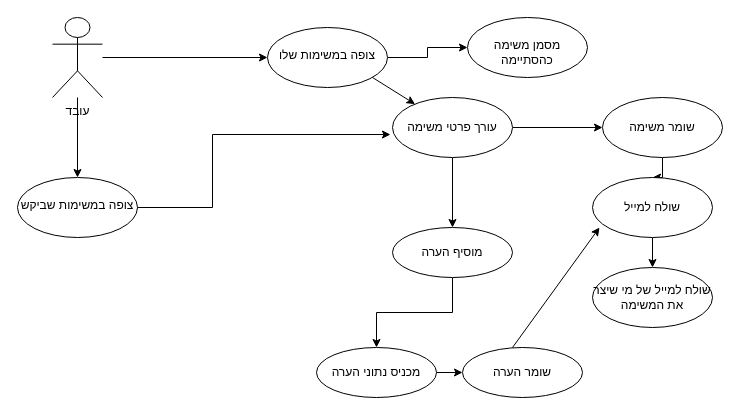
Before: Copy of Untitled Diagram.drawio in yehuditrubinstein/Full-Satck-Project, a draw.io diagram. Source tidied: cells renumbered, new cells numbered last; positions are measured from the earlier drawing's top-left corner, leaving out a move shared by most shapes. Both pictures are drawn from the tidied source at 100%, with x=0, y=0 at pixel (17, 17).
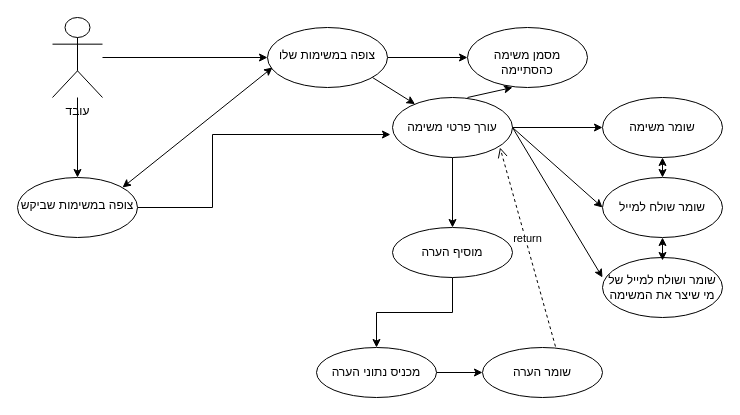
After the change.

The change refers to these unchanged cells:
```xml
<mxCell id="11" value="עורך פרטי משימה" style="ellipse;whiteSpace=wrap;html=1;" parent="1" vertex="1">
  <mxGeometry x="375" y="80" width="120" height="60" as="geometry" />
</mxCell>
<mxCell id="15" value="שומר משימה" style="ellipse;whiteSpace=wrap;html=1;" parent="1" vertex="1">
  <mxGeometry x="585" y="80" width="120" height="60" as="geometry" />
</mxCell>
```

Change to the diagram source:
```diff
@@
     <mxCell id="7" value="&lt;br&gt;מסמן משימה כהסתיימה" style="ellipse;whiteSpace=wrap;html=1;verticalAlign=top;" parent="1" vertex="1">
-      <mxGeometry x="450" width="120" height="60" as="geometry" />
+      <mxGeometry x="450" y="10" width="120" height="60" as="geometry" />
     </mxCell>
@@
-    <mxCell id="14" style="edgeStyle=orthogonalEdgeStyle;rounded=0;jettySize=auto;html=1;" parent="1" edge="1" source="15" target="17">
-      <mxGeometry relative="1" as="geometry" />
-    </mxCell>
@@
-    <mxCell id="16" style="edgeStyle=orthogonalEdgeStyle;rounded=0;jettySize=auto;html=1;" parent="1" edge="1" source="17" target="18">
-      <mxGeometry relative="1" as="geometry" />
-    </mxCell>
-    <mxCell id="17" value="שולח למייל" style="ellipse;whiteSpace=wrap;html=1;" parent="1" vertex="1">
-      <mxGeometry x="575" y="160" width="120" height="60" as="geometry" />
+    <mxCell id="17" value="שומר שולח למייל" style="ellipse;whiteSpace=wrap;html=1;" parent="1" vertex="1">
+      <mxGeometry x="585" y="160" width="120" height="60" as="geometry" />
     </mxCell>
-    <mxCell id="18" value="שולח למייל של מי שיצר את המשימה" style="ellipse;whiteSpace=wrap;html=1;" parent="1" vertex="1">
-      <mxGeometry x="575" y="250" width="120" height="60" as="geometry" />
+    <mxCell id="18" value="שומר ושולח למייל של מי שיצר את המשימה" style="ellipse;whiteSpace=wrap;html=1;" parent="1" vertex="1">
+      <mxGeometry x="585" y="240" width="120" height="60" as="geometry" />
     </mxCell>
@@
     <mxCell id="21" value="שומר הערה" style="ellipse;whiteSpace=wrap;html=1;" parent="1" vertex="1">
-      <mxGeometry x="445" y="330" width="120" height="50" as="geometry" />
+      <mxGeometry x="465" y="330" width="120" height="50" as="geometry" />
     </mxCell>
-    <mxCell id="22" style="endArrow=classic;html=1;" parent="1" edge="1">
-      <mxGeometry relative="1" as="geometry">
-        <mxPoint x="495" y="330" as="sourcePoint" />
-        <mxPoint x="582" y="210" as="targetPoint" />
-      </mxGeometry>
-    </mxCell>
@@
+    <mxCell id="25" style="endArrow=classic;startArrow=classic;html=1;" parent="1" edge="1">
+      <mxGeometry relative="1" as="geometry">
+        <mxPoint x="105" y="170" as="sourcePoint" />
+        <mxPoint x="255" y="50" as="targetPoint" />
+      </mxGeometry>
+    </mxCell>
+    <mxCell id="26" style="endArrow=classic;startArrow=classic;html=1;" parent="1" edge="1" source="17">
+      <mxGeometry relative="1" as="geometry">
+        <mxPoint x="645" y="140" as="targetPoint" />
+      </mxGeometry>
+    </mxCell>
+    <mxCell id="27" style="endArrow=classic;startArrow=classic;html=1;" parent="1" edge="1">
+      <mxGeometry relative="1" as="geometry">
+        <mxPoint x="645" y="243" as="sourcePoint" />
+        <mxPoint x="645" y="220" as="targetPoint" />
+      </mxGeometry>
+    </mxCell>
+    <mxCell id="28" style="endArrow=classic;html=1;entryX=0;entryY=0.333;entryDx=0;entryDy=0;entryPerimeter=0;" parent="1" edge="1" target="18">
+      <mxGeometry relative="1" as="geometry">
+        <mxPoint x="495" y="110" as="sourcePoint" />
+      </mxGeometry>
+    </mxCell>
+    <mxCell id="29" style="endArrow=classic;html=1;entryX=0;entryY=0.5;entryDx=0;entryDy=0;" parent="1" edge="1" target="17">
+      <mxGeometry relative="1" as="geometry">
+        <mxPoint x="495" y="110" as="sourcePoint" />
+      </mxGeometry>
+    </mxCell>
+    <mxCell id="30" value="return" style="html=1;verticalAlign=bottom;endArrow=open;dashed=1;endSize=8;exitX=0.608;exitY=-0.02;exitDx=0;exitDy=0;exitPerimeter=0;" parent="1" edge="1" source="21">
+      <mxGeometry relative="1" as="geometry">
+        <mxPoint x="482.5" y="130" as="targetPoint" />
+      </mxGeometry>
+    </mxCell>
+    <mxCell id="31" style="endArrow=classic;html=1;exitX=0.625;exitY=0;exitDx=0;exitDy=0;exitPerimeter=0;" parent="1" edge="1" source="11">
+      <mxGeometry relative="1" as="geometry">
+        <mxPoint x="495" y="70" as="targetPoint" />
+      </mxGeometry>
+    </mxCell>
```
